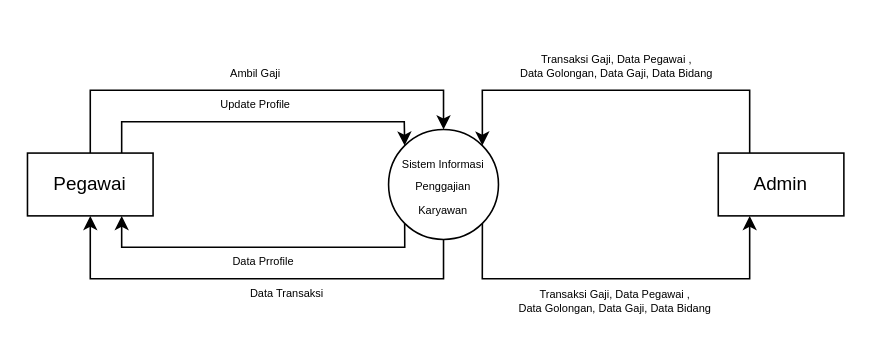
Before: Untitled Diagram.drawio in umarshd/dfd-skripsi, a draw.io diagram. Source tidied: cells renumbered, new cells numbered last; positions are measured from the earlier drawing's top-left corner, leaving out a move shared by most shapes. Both pictures are drawn from the tidied source at 157%, with x=0, y=0 at pixel (27, 42).
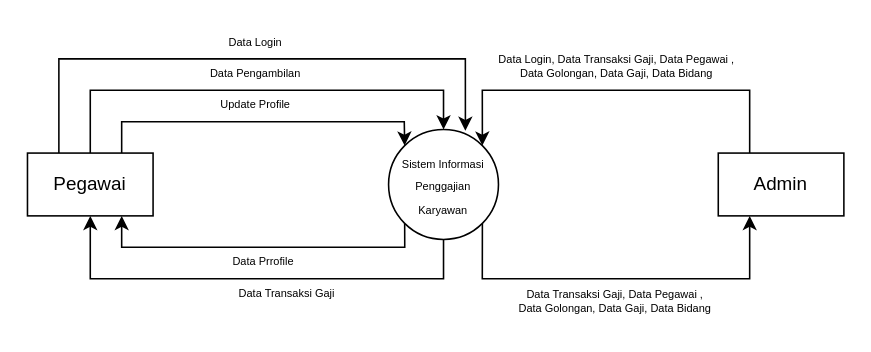
The same page after the edit.

The change refers to these unchanged cells:
```xml
<mxCell id="3" value="Pegawai" style="rounded=0;whiteSpace=wrap;html=1;" parent="1" vertex="1">
  <mxGeometry y="70" width="80" height="40" as="geometry" />
</mxCell>
<mxCell id="7" value="&lt;font style=&quot;font-size: 7px;&quot;&gt;Sistem Informasi Penggajian Karyawan&lt;/font&gt;" style="ellipse;whiteSpace=wrap;html=1;" parent="1" vertex="1">
  <mxGeometry x="230" y="55" width="70" height="70" as="geometry" />
</mxCell>
```

What changed in the source:
```diff
@@
+    <mxCell id="17" style="edgeStyle=orthogonalEdgeStyle;rounded=0;jettySize=auto;html=1;exitX=0.25;exitY=0;exitDx=0;exitDy=0;entryX=0.699;entryY=0.012;entryDx=0;entryDy=0;entryPerimeter=0;" parent="1" edge="1" source="3" target="7">
+      <mxGeometry relative="1" as="geometry">
+        <Array as="points">
+          <mxPoint x="20" y="10" />
+          <mxPoint x="279" y="10" />
+        </Array>
+      </mxGeometry>
+    </mxCell>
@@
-    <mxCell id="12" value="Ambil Gaji" style="text;html=1;align=center;verticalAlign=middle;strokeColor=none;fillColor=none;fontSize=7;" parent="1" vertex="1">
-      <mxGeometry x="115" y="10" width="60" height="20" as="geometry" />
+    <mxCell id="12" value="Data Pengambilan" style="text;html=1;align=center;verticalAlign=middle;strokeColor=none;fillColor=none;fontSize=7;" parent="1" vertex="1">
+      <mxGeometry x="105" y="10" width="80" height="20" as="geometry" />
     </mxCell>
@@
-    <mxCell id="14" value="Data Transaksi" style="text;html=1;align=center;verticalAlign=middle;strokeColor=none;fillColor=none;fontSize=7;" parent="1" vertex="1">
-      <mxGeometry x="130" y="150" width="70" height="20" as="geometry" />
+    <mxCell id="14" value="Data Transaksi Gaji" style="text;html=1;align=center;verticalAlign=middle;strokeColor=none;fillColor=none;fontSize=7;" parent="1" vertex="1">
+      <mxGeometry x="125" y="150" width="80" height="20" as="geometry" />
     </mxCell>
-    <mxCell id="15" value="Transaksi Gaji, Data Pegawai , &lt;br&gt;Data Golongan, Data Gaji, Data Bidang" style="text;html=1;align=center;verticalAlign=middle;strokeColor=none;fillColor=none;fontSize=7;" parent="1" vertex="1">
-      <mxGeometry x="300" width="150" height="30" as="geometry" />
+    <mxCell id="15" value="Data Login, Data Transaksi Gaji, Data Pegawai , &lt;br&gt;Data Golongan, Data Gaji, Data Bidang" style="text;html=1;align=center;verticalAlign=middle;strokeColor=none;fillColor=none;fontSize=7;" parent="1" vertex="1">
+      <mxGeometry x="290" width="170" height="30" as="geometry" />
     </mxCell>
-    <mxCell id="16" value="Transaksi Gaji, Data Pegawai , &lt;br&gt;Data Golongan, Data Gaji, Data Bidang" style="text;html=1;align=center;verticalAlign=middle;strokeColor=none;fillColor=none;fontSize=7;" parent="1" vertex="1">
+    <mxCell id="16" value="Data Transaksi Gaji, Data Pegawai , &lt;br&gt;Data Golongan, Data Gaji, Data Bidang" style="text;html=1;align=center;verticalAlign=middle;strokeColor=none;fillColor=none;fontSize=7;" parent="1" vertex="1">
       <mxGeometry x="299" y="150" width="150" height="30" as="geometry" />
     </mxCell>
+    <mxCell id="18" value="Data Login" style="text;html=1;align=center;verticalAlign=middle;strokeColor=none;fillColor=none;fontSize=7;" parent="1" vertex="1">
+      <mxGeometry x="115" y="-10" width="60" height="20" as="geometry" />
+    </mxCell>
```
